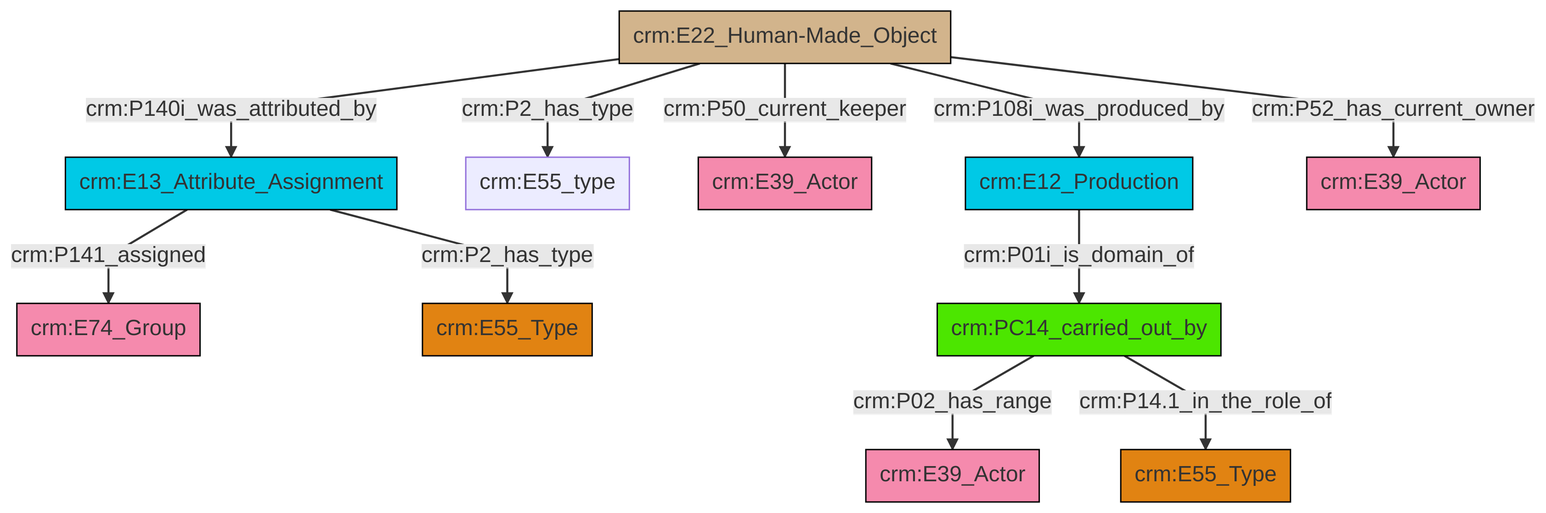
Before: et/artworkCSV/ttl/mmd/png/Artwork_Actor_Relations.png, a diagram exported from Mermaid (swiss-art-research-net/reference-data-models). Its source is kept beside it as et/artworkCSV/ttl/mmd/Artwork_Actor_Relations.ttl.mmd.
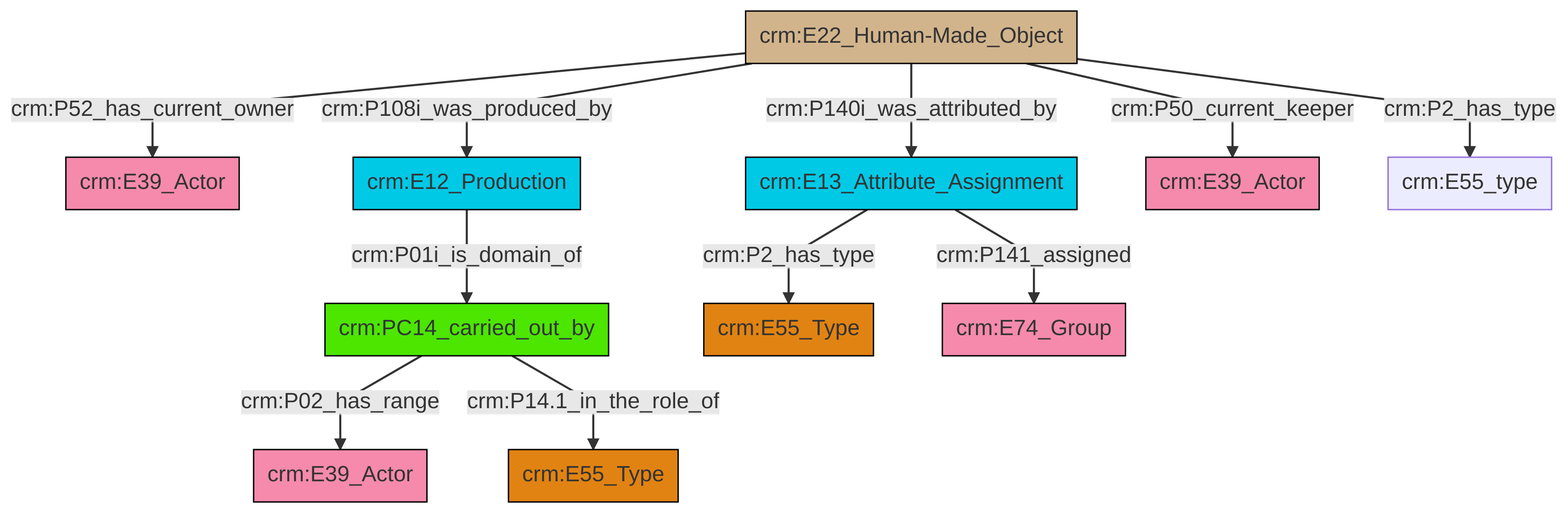
After the change.

What changed in the source:
```diff
@@ -13,13 +13,13 @@
 classDef PC_Classes fill:#4ce600, stroke:#000000;
 classDef Multi fill:#cccccc,stroke:#000000;
 
-0["crm:E13_Attribute_Assignment"]:::Temporal_Entity -->|crm:P141_assigned| 1["crm:E74_Group"]:::Actor
-8["crm:E22_Human-Made_Object"]:::Physical_Thing -->|crm:P140i_was_attributed_by| 0["crm:E13_Attribute_Assignment"]:::Temporal_Entity
-6["crm:E12_Production"]:::Temporal_Entity -->|crm:P01i_is_domain_of| 9["crm:PC14_carried_out_by"]:::PC_Classes
-8["crm:E22_Human-Made_Object"]:::Physical_Thing -->|crm:P2_has_type| 11["crm:E55_type"]:::Default
-9["crm:PC14_carried_out_by"]:::PC_Classes -->|crm:P02_has_range| 2["crm:E39_Actor"]:::Actor
-8["crm:E22_Human-Made_Object"]:::Physical_Thing -->|crm:P50_current_keeper| 15["crm:E39_Actor"]:::Actor
-9["crm:PC14_carried_out_by"]:::PC_Classes -->|crm:P14.1_in_the_role_of| 16["crm:E55_Type"]:::Type
-8["crm:E22_Human-Made_Object"]:::Physical_Thing -->|crm:P108i_was_produced_by| 6["crm:E12_Production"]:::Temporal_Entity
-8["crm:E22_Human-Made_Object"]:::Physical_Thing -->|crm:P52_has_current_owner| 17["crm:E39_Actor"]:::Actor
-0["crm:E13_Attribute_Assignment"]:::Temporal_Entity -->|crm:P2_has_type| 13["crm:E55_Type"]:::Type
+0["crm:E22_Human-Made_Object"]:::Physical_Thing -->|crm:P52_has_current_owner| 1["crm:E39_Actor"]:::Actor
+4["crm:PC14_carried_out_by"]:::PC_Classes -->|crm:P02_has_range| 5["crm:E39_Actor"]:::Actor
+2["crm:E12_Production"]:::Temporal_Entity -->|crm:P01i_is_domain_of| 4["crm:PC14_carried_out_by"]:::PC_Classes
+4["crm:PC14_carried_out_by"]:::PC_Classes -->|crm:P14.1_in_the_role_of| 6["crm:E55_Type"]:::Type
+13["crm:E13_Attribute_Assignment"]:::Temporal_Entity -->|crm:P2_has_type| 10["crm:E55_Type"]:::Type
+0["crm:E22_Human-Made_Object"]:::Physical_Thing -->|crm:P50_current_keeper| 14["crm:E39_Actor"]:::Actor
+0["crm:E22_Human-Made_Object"]:::Physical_Thing -->|crm:P108i_was_produced_by| 2["crm:E12_Production"]:::Temporal_Entity
+0["crm:E22_Human-Made_Object"]:::Physical_Thing -->|crm:P2_has_type| 21["crm:E55_type"]:::Default
+13["crm:E13_Attribute_Assignment"]:::Temporal_Entity -->|crm:P141_assigned| 16["crm:E74_Group"]:::Actor
+0["crm:E22_Human-Made_Object"]:::Physical_Thing -->|crm:P140i_was_attributed_by| 13["crm:E13_Attribute_Assignment"]:::Temporal_Entity
```
